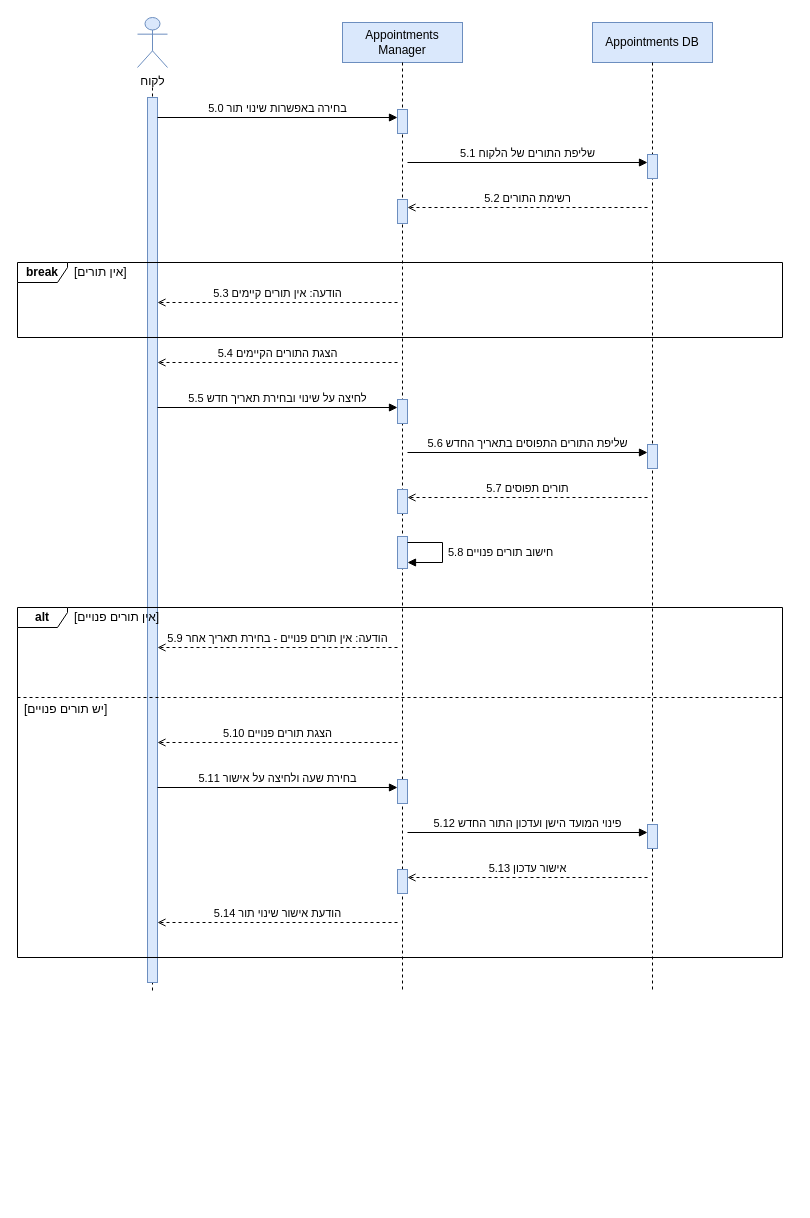
Before: diagrams/SEQ-SUC-5.drawio in arielkaplan20/project_Golden_Hair_Salon, a draw.io diagram. Source tidied: cells renumbered, new cells numbered last; positions are measured from the earlier drawing's top-left corner, leaving out a move shared by most shapes. Both pictures are drawn from the tidied source at 100%, with x=0, y=0 at pixel (17, 17).
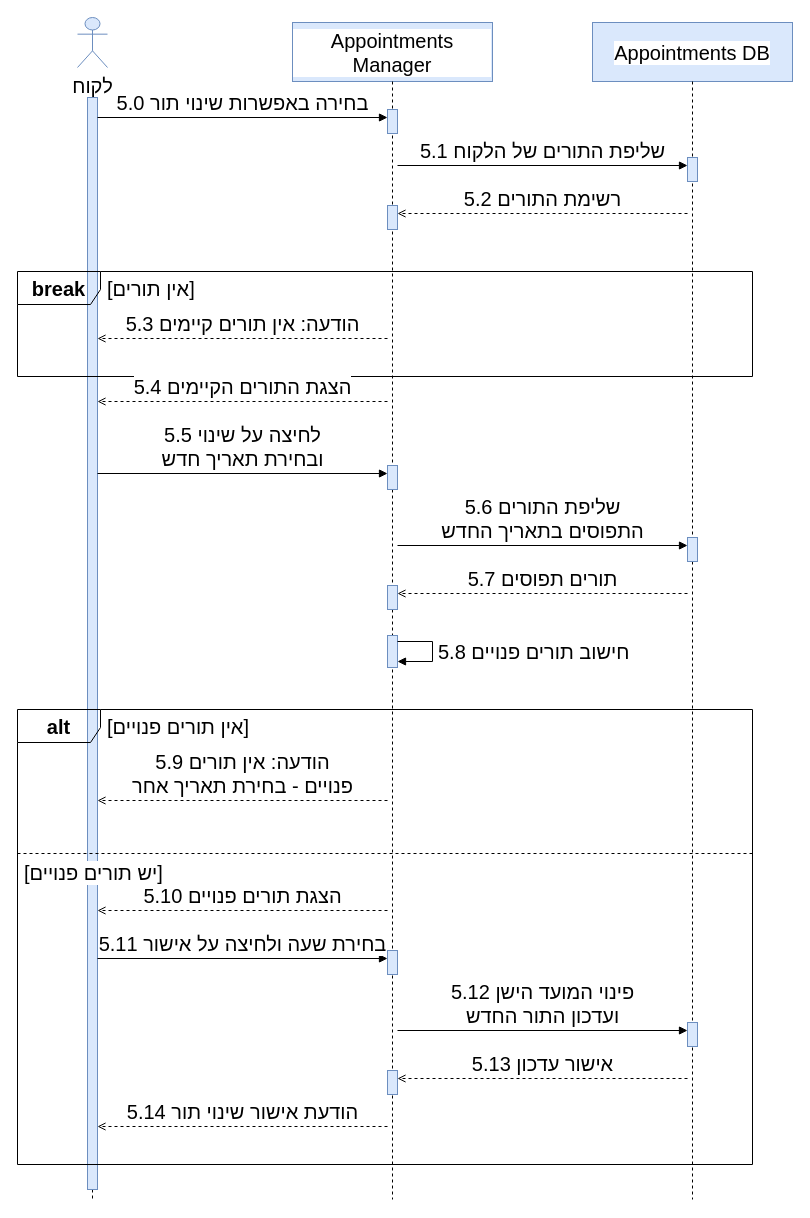
After the change.

What changed in the source:
```diff
@@
-    <mxCell id="2" value="לקוח" style="shape=umlActor;verticalLabelPosition=bottom;verticalAlign=top;html=1;fillColor=#dae8fc;strokeColor=#6c8ebf;" parent="1" vertex="1">
-      <mxGeometry x="120" width="30" height="50" as="geometry" />
+    <mxCell id="2" value="לקוח" style="shape=umlActor;verticalLabelPosition=bottom;verticalAlign=top;html=1;fillColor=#dae8fc;strokeColor=#6c8ebf;fontSize=20;labelBackgroundColor=#ffffff;" parent="1" vertex="1">
+      <mxGeometry x="60" width="30" height="50" as="geometry" />
     </mxCell>
-    <mxCell id="3" value="Appointments Manager" style="rounded=0;whiteSpace=wrap;html=1;fillColor=#dae8fc;strokeColor=#6c8ebf;" parent="1" vertex="1">
-      <mxGeometry x="325" y="5" width="120" height="40" as="geometry" />
+    <mxCell id="3" value="Appointments Manager" style="rounded=0;whiteSpace=wrap;html=1;fillColor=#dae8fc;strokeColor=#6c8ebf;fontSize=20;labelBackgroundColor=#ffffff;" parent="1" vertex="1">
+      <mxGeometry x="275" y="5" width="200" height="59" as="geometry" />
     </mxCell>
-    <mxCell id="4" value="Appointments DB" style="rounded=0;whiteSpace=wrap;html=1;fillColor=#dae8fc;strokeColor=#6c8ebf;" parent="1" vertex="1">
-      <mxGeometry x="575" y="5" width="120" height="40" as="geometry" />
+    <mxCell id="4" value="Appointments DB" style="rounded=0;whiteSpace=wrap;html=1;fillColor=#dae8fc;strokeColor=#6c8ebf;fontSize=20;labelBackgroundColor=#ffffff;" parent="1" vertex="1">
+      <mxGeometry x="575" y="5" width="200" height="59" as="geometry" />
     </mxCell>
     <mxCell id="5" style="endArrow=none;html=1;dashed=1;strokeColor=#000000;" parent="1" edge="1">
       <mxGeometry relative="1" as="geometry">
-        <mxPoint x="135" y="70" as="sourcePoint" />
-        <mxPoint x="135" y="975" as="targetPoint" />
+        <mxPoint x="75" y="80" as="sourcePoint" />
+        <mxPoint x="75" y="1182" as="targetPoint" />
       </mxGeometry>
     </mxCell>
     <mxCell id="6" style="rounded=0;html=1;fillColor=#dae8fc;strokeColor=#6c8ebf;" parent="1" vertex="1">
-      <mxGeometry x="130" y="80" width="10" height="885" as="geometry" />
+      <mxGeometry x="70" y="80" width="10" height="1092" as="geometry" />
     </mxCell>
     <mxCell id="7" style="endArrow=none;html=1;dashed=1;strokeColor=#000000;" parent="1" edge="1">
       <mxGeometry relative="1" as="geometry">
-        <mxPoint x="385" y="45" as="sourcePoint" />
-        <mxPoint x="385" y="975" as="targetPoint" />
+        <mxPoint x="375" y="64" as="sourcePoint" />
+        <mxPoint x="375" y="1182" as="targetPoint" />
       </mxGeometry>
     </mxCell>
     <mxCell id="8" style="endArrow=none;html=1;dashed=1;strokeColor=#000000;" parent="1" edge="1">
       <mxGeometry relative="1" as="geometry">
-        <mxPoint x="635" y="45" as="sourcePoint" />
-        <mxPoint x="635" y="975" as="targetPoint" />
+        <mxPoint x="675" y="64" as="sourcePoint" />
+        <mxPoint x="675" y="1182" as="targetPoint" />
       </mxGeometry>
     </mxCell>
     <mxCell id="9" style="rounded=0;html=1;fillColor=#dae8fc;strokeColor=#6c8ebf;" parent="1" vertex="1">
-      <mxGeometry x="380" y="92" width="10" height="24" as="geometry" />
+      <mxGeometry x="370" y="92" width="10" height="24" as="geometry" />
     </mxCell>
     <mxCell id="10" style="rounded=0;html=1;fillColor=#dae8fc;strokeColor=#6c8ebf;" parent="1" vertex="1">
-      <mxGeometry x="630" y="137" width="10" height="24" as="geometry" />
+      <mxGeometry x="670" y="140" width="10" height="24" as="geometry" />
     </mxCell>
     <mxCell id="11" style="rounded=0;html=1;fillColor=#dae8fc;strokeColor=#6c8ebf;" parent="1" vertex="1">
-      <mxGeometry x="380" y="182" width="10" height="24" as="geometry" />
+      <mxGeometry x="370" y="188" width="10" height="24" as="geometry" />
     </mxCell>
     <mxCell id="12" style="rounded=0;html=1;fillColor=#dae8fc;strokeColor=#6c8ebf;" parent="1" vertex="1">
-      <mxGeometry x="380" y="382" width="10" height="24" as="geometry" />
+      <mxGeometry x="370" y="448" width="10" height="24" as="geometry" />
     </mxCell>
     <mxCell id="13" style="rounded=0;html=1;fillColor=#dae8fc;strokeColor=#6c8ebf;" parent="1" vertex="1">
-      <mxGeometry x="630" y="427" width="10" height="24" as="geometry" />
+      <mxGeometry x="670" y="520" width="10" height="24" as="geometry" />
     </mxCell>
     <mxCell id="14" style="rounded=0;html=1;fillColor=#dae8fc;strokeColor=#6c8ebf;" parent="1" vertex="1">
-      <mxGeometry x="380" y="472" width="10" height="24" as="geometry" />
+      <mxGeometry x="370" y="568" width="10" height="24" as="geometry" />
     </mxCell>
     <mxCell id="15" style="rounded=0;html=1;fillColor=#dae8fc;strokeColor=#6c8ebf;" parent="1" vertex="1">
-      <mxGeometry x="380" y="519" width="10" height="32" as="geometry" />
+      <mxGeometry x="370" y="618" width="10" height="32" as="geometry" />
     </mxCell>
     <mxCell id="16" style="rounded=0;html=1;fillColor=#dae8fc;strokeColor=#6c8ebf;" parent="1" vertex="1">
-      <mxGeometry x="380" y="762" width="10" height="24" as="geometry" />
+      <mxGeometry x="370" y="933" width="10" height="24" as="geometry" />
     </mxCell>
     <mxCell id="17" style="rounded=0;html=1;fillColor=#dae8fc;strokeColor=#6c8ebf;" parent="1" vertex="1">
-      <mxGeometry x="630" y="807" width="10" height="24" as="geometry" />
+      <mxGeometry x="670" y="1005" width="10" height="24" as="geometry" />
     </mxCell>
     <mxCell id="18" style="rounded=0;html=1;fillColor=#dae8fc;strokeColor=#6c8ebf;" parent="1" vertex="1">
-      <mxGeometry x="380" y="852" width="10" height="24" as="geometry" />
+      <mxGeometry x="370" y="1053" width="10" height="24" as="geometry" />
     </mxCell>
-    <mxCell id="19" value="&lt;b&gt;break&lt;/b&gt;" style="shape=umlFrame;whiteSpace=wrap;html=1;width=50;height=20;fillColor=none;" parent="1" vertex="1">
-      <mxGeometry y="245" width="765" height="75" as="geometry" />
+    <mxCell id="19" value="&lt;b&gt;break&lt;/b&gt;" style="shape=umlFrame;whiteSpace=wrap;html=1;width=83;height=33;fillColor=none;fontSize=20;labelBackgroundColor=#ffffff;" parent="1" vertex="1">
+      <mxGeometry y="254" width="735" height="105" as="geometry" />
     </mxCell>
-    <mxCell id="20" value="[אין תורים]" style="text;html=1;align=left;verticalAlign=middle;whiteSpace=nowrap;fillColor=none;strokeColor=none;" parent="1" vertex="1">
-      <mxGeometry x="55" y="245" width="300" height="20" as="geometry" />
+    <mxCell id="20" value="&lt;span style='background:#ffffff'&gt;[אין תורים]&lt;/span&gt;" style="text;html=1;align=left;verticalAlign=middle;whiteSpace=nowrap;fillColor=none;strokeColor=none;fontSize=20;labelBackgroundColor=#ffffff;" parent="1" vertex="1">
+      <mxGeometry x="88" y="254" width="400" height="33" as="geometry" />
     </mxCell>
-    <mxCell id="21" value="&lt;b&gt;alt&lt;/b&gt;" style="shape=umlFrame;whiteSpace=wrap;html=1;width=50;height=20;fillColor=none;" parent="1" vertex="1">
-      <mxGeometry y="590" width="765" height="350" as="geometry" />
+    <mxCell id="21" value="&lt;b&gt;alt&lt;/b&gt;" style="shape=umlFrame;whiteSpace=wrap;html=1;width=83;height=33;fillColor=none;fontSize=20;labelBackgroundColor=#ffffff;" parent="1" vertex="1">
+      <mxGeometry y="692" width="735" height="455" as="geometry" />
     </mxCell>
-    <mxCell id="22" value="[אין תורים פנויים]" style="text;html=1;align=left;verticalAlign=middle;whiteSpace=nowrap;fillColor=none;strokeColor=none;" parent="1" vertex="1">
-      <mxGeometry x="55" y="590" width="300" height="20" as="geometry" />
+    <mxCell id="22" value="&lt;span style='background:#ffffff'&gt;[אין תורים פנויים]&lt;/span&gt;" style="text;html=1;align=left;verticalAlign=middle;whiteSpace=nowrap;fillColor=none;strokeColor=none;fontSize=20;labelBackgroundColor=#ffffff;" parent="1" vertex="1">
+      <mxGeometry x="88" y="692" width="400" height="33" as="geometry" />
     </mxCell>
     <mxCell id="23" style="endArrow=none;html=1;dashed=1;" parent="1" edge="1">
       <mxGeometry relative="1" as="geometry">
-        <mxPoint y="680" as="sourcePoint" />
-        <mxPoint x="765" y="680" as="targetPoint" />
+        <mxPoint y="836" as="sourcePoint" />
+        <mxPoint x="735" y="836" as="targetPoint" />
       </mxGeometry>
     </mxCell>
-    <mxCell id="24" value="[יש תורים פנויים]" style="text;html=1;align=left;verticalAlign=middle;whiteSpace=nowrap;fillColor=none;strokeColor=none;" parent="1" vertex="1">
-      <mxGeometry x="5" y="682" width="300" height="20" as="geometry" />
+    <mxCell id="24" value="&lt;span style='background:#ffffff'&gt;[יש תורים פנויים]&lt;/span&gt;" style="text;html=1;align=left;verticalAlign=middle;whiteSpace=nowrap;fillColor=none;strokeColor=none;fontSize=20;labelBackgroundColor=#ffffff;" parent="1" vertex="1">
+      <mxGeometry x="5" y="838" width="400" height="33" as="geometry" />
     </mxCell>
-    <mxCell id="25" value="5.0 בחירה באפשרות שינוי תור" style="endArrow=block;endFill=1;html=1;rounded=0;verticalAlign=bottom;labelBackgroundColor=none;" parent="1" edge="1">
+    <mxCell id="25" value="5.0 בחירה באפשרות שינוי תור" style="endArrow=block;endFill=1;html=1;rounded=0;verticalAlign=bottom;labelBackgroundColor=none;fontSize=20;labelBackgroundColor=#ffffff;" parent="1" edge="1">
       <mxGeometry relative="1" as="geometry">
-        <mxPoint x="140" y="100" as="sourcePoint" />
-        <mxPoint x="380" y="100" as="targetPoint" />
+        <mxPoint x="80" y="100" as="sourcePoint" />
+        <mxPoint x="370" y="100" as="targetPoint" />
       </mxGeometry>
     </mxCell>
-    <mxCell id="26" value="5.1 שליפת התורים של הלקוח" style="endArrow=block;endFill=1;html=1;rounded=0;verticalAlign=bottom;labelBackgroundColor=none;" parent="1" edge="1">
+    <mxCell id="26" value="5.1 שליפת התורים של הלקוח" style="endArrow=block;endFill=1;html=1;rounded=0;verticalAlign=bottom;labelBackgroundColor=none;fontSize=20;labelBackgroundColor=#ffffff;" parent="1" edge="1">
       <mxGeometry relative="1" as="geometry">
-        <mxPoint x="390" y="145" as="sourcePoint" />
-        <mxPoint x="630" y="145" as="targetPoint" />
+        <mxPoint x="380" y="148" as="sourcePoint" />
+        <mxPoint x="670" y="148" as="targetPoint" />
       </mxGeometry>
     </mxCell>
-    <mxCell id="27" value="5.2 רשימת התורים" style="endArrow=open;endFill=0;html=1;rounded=0;dashed=1;verticalAlign=bottom;labelBackgroundColor=none;" parent="1" edge="1">
+    <mxCell id="27" value="5.2 רשימת התורים" style="endArrow=open;endFill=0;html=1;rounded=0;dashed=1;verticalAlign=bottom;labelBackgroundColor=none;fontSize=20;labelBackgroundColor=#ffffff;" parent="1" edge="1">
       <mxGeometry relative="1" as="geometry">
-        <mxPoint x="630" y="190" as="sourcePoint" />
-        <mxPoint x="390" y="190" as="targetPoint" />
+        <mxPoint x="670" y="196" as="sourcePoint" />
+        <mxPoint x="380" y="196" as="targetPoint" />
       </mxGeometry>
     </mxCell>
-    <mxCell id="28" value="5.3 הודעה: אין תורים קיימים" style="endArrow=open;endFill=0;html=1;rounded=0;dashed=1;verticalAlign=bottom;labelBackgroundColor=none;" parent="1" edge="1">
+    <mxCell id="28" value="5.3 הודעה: אין תורים קיימים" style="endArrow=open;endFill=0;html=1;rounded=0;dashed=1;verticalAlign=bottom;labelBackgroundColor=none;fontSize=20;labelBackgroundColor=#ffffff;" parent="1" edge="1">
       <mxGeometry relative="1" as="geometry">
-        <mxPoint x="380" y="285" as="sourcePoint" />
-        <mxPoint x="140" y="285" as="targetPoint" />
+        <mxPoint x="370" y="321" as="sourcePoint" />
+        <mxPoint x="80" y="321" as="targetPoint" />
       </mxGeometry>
     </mxCell>
-    <mxCell id="29" value="5.4 הצגת התורים הקיימים" style="endArrow=open;endFill=0;html=1;rounded=0;dashed=1;verticalAlign=bottom;labelBackgroundColor=none;" parent="1" edge="1">
+    <mxCell id="29" value="5.4 הצגת התורים הקיימים" style="endArrow=open;endFill=0;html=1;rounded=0;dashed=1;verticalAlign=bottom;labelBackgroundColor=none;fontSize=20;labelBackgroundColor=#ffffff;" parent="1" edge="1">
       <mxGeometry relative="1" as="geometry">
-        <mxPoint x="380" y="345" as="sourcePoint" />
-        <mxPoint x="140" y="345" as="targetPoint" />
+        <mxPoint x="370" y="384" as="sourcePoint" />
+        <mxPoint x="80" y="384" as="targetPoint" />
       </mxGeometry>
     </mxCell>
-    <mxCell id="30" value="5.5 לחיצה על שינוי ובחירת תאריך חדש" style="endArrow=block;endFill=1;html=1;rounded=0;verticalAlign=bottom;labelBackgroundColor=none;" parent="1" edge="1">
+    <mxCell id="30" value="5.5 לחיצה על שינוי&lt;br&gt;ובחירת תאריך חדש" style="endArrow=block;endFill=1;html=1;rounded=0;verticalAlign=bottom;labelBackgroundColor=none;fontSize=20;labelBackgroundColor=#ffffff;" parent="1" edge="1">
       <mxGeometry relative="1" as="geometry">
-        <mxPoint x="140" y="390" as="sourcePoint" />
-        <mxPoint x="380" y="390" as="targetPoint" />
+        <mxPoint x="80" y="456" as="sourcePoint" />
+        <mxPoint x="370" y="456" as="targetPoint" />
       </mxGeometry>
     </mxCell>
-    <mxCell id="31" value="5.6 שליפת התורים התפוסים בתאריך החדש" style="endArrow=block;endFill=1;html=1;rounded=0;verticalAlign=bottom;labelBackgroundColor=none;" parent="1" edge="1">
+    <mxCell id="31" value="5.6 שליפת התורים&lt;br&gt;התפוסים בתאריך החדש" style="endArrow=block;endFill=1;html=1;rounded=0;verticalAlign=bottom;labelBackgroundColor=none;fontSize=20;labelBackgroundColor=#ffffff;" parent="1" edge="1">
       <mxGeometry relative="1" as="geometry">
-        <mxPoint x="390" y="435" as="sourcePoint" />
-        <mxPoint x="630" y="435" as="targetPoint" />
+        <mxPoint x="380" y="528" as="sourcePoint" />
+        <mxPoint x="670" y="528" as="targetPoint" />
       </mxGeometry>
     </mxCell>
-    <mxCell id="32" value="5.7 תורים תפוסים" style="endArrow=open;endFill=0;html=1;rounded=0;dashed=1;verticalAlign=bottom;labelBackgroundColor=none;" parent="1" edge="1">
+    <mxCell id="32" value="5.7 תורים תפוסים" style="endArrow=open;endFill=0;html=1;rounded=0;dashed=1;verticalAlign=bottom;labelBackgroundColor=none;fontSize=20;labelBackgroundColor=#ffffff;" parent="1" edge="1">
       <mxGeometry relative="1" as="geometry">
-        <mxPoint x="630" y="480" as="sourcePoint" />
-        <mxPoint x="390" y="480" as="targetPoint" />
+        <mxPoint x="670" y="576" as="sourcePoint" />
+        <mxPoint x="380" y="576" as="targetPoint" />
       </mxGeometry>
     </mxCell>
-    <mxCell id="33" value="5.8 חישוב תורים פנויים" style="endArrow=block;endFill=1;html=1;rounded=0;align=left;spacingLeft=4;labelBackgroundColor=none;" parent="1" edge="1">
+    <mxCell id="33" value="5.8 חישוב תורים פנויים" style="endArrow=block;endFill=1;html=1;rounded=0;align=left;spacingLeft=4;labelBackgroundColor=none;fontSize=20;labelBackgroundColor=#ffffff;" parent="1" edge="1">
       <mxGeometry relative="1" as="geometry">
-        <mxPoint x="390" y="525" as="sourcePoint" />
-        <mxPoint x="390" y="545" as="targetPoint" />
+        <mxPoint x="380" y="624" as="sourcePoint" />
+        <mxPoint x="380" y="644" as="targetPoint" />
         <Array as="points">
-          <mxPoint x="425" y="525" />
-          <mxPoint x="425" y="545" />
+          <mxPoint x="415" y="624" />
+          <mxPoint x="415" y="644" />
         </Array>
       </mxGeometry>
     </mxCell>
-    <mxCell id="34" value="5.9 הודעה: אין תורים פנויים - בחירת תאריך אחר" style="endArrow=open;endFill=0;html=1;rounded=0;dashed=1;verticalAlign=bottom;labelBackgroundColor=none;" parent="1" edge="1">
+    <mxCell id="34" value="5.9 הודעה: אין תורים&lt;br&gt;פנויים - בחירת תאריך אחר" style="endArrow=open;endFill=0;html=1;rounded=0;dashed=1;verticalAlign=bottom;labelBackgroundColor=none;fontSize=20;labelBackgroundColor=#ffffff;" parent="1" edge="1">
       <mxGeometry relative="1" as="geometry">
-        <mxPoint x="380" y="630" as="sourcePoint" />
-        <mxPoint x="140" y="630" as="targetPoint" />
+        <mxPoint x="370" y="783" as="sourcePoint" />
+        <mxPoint x="80" y="783" as="targetPoint" />
       </mxGeometry>
     </mxCell>
-    <mxCell id="35" value="5.10 הצגת תורים פנויים" style="endArrow=open;endFill=0;html=1;rounded=0;dashed=1;verticalAlign=bottom;labelBackgroundColor=none;" parent="1" edge="1">
+    <mxCell id="35" value="5.10 הצגת תורים פנויים" style="endArrow=open;endFill=0;html=1;rounded=0;dashed=1;verticalAlign=bottom;labelBackgroundColor=none;fontSize=20;labelBackgroundColor=#ffffff;" parent="1" edge="1">
       <mxGeometry relative="1" as="geometry">
-        <mxPoint x="380" y="725" as="sourcePoint" />
-        <mxPoint x="140" y="725" as="targetPoint" />
+        <mxPoint x="370" y="893" as="sourcePoint" />
+        <mxPoint x="80" y="893" as="targetPoint" />
       </mxGeometry>
     </mxCell>
-    <mxCell id="36" value="5.11 בחירת שעה ולחיצה על אישור" style="endArrow=block;endFill=1;html=1;rounded=0;verticalAlign=bottom;labelBackgroundColor=none;" parent="1" edge="1">
+    <mxCell id="36" value="5.11 בחירת שעה ולחיצה על אישור" style="endArrow=block;endFill=1;html=1;rounded=0;verticalAlign=bottom;labelBackgroundColor=none;fontSize=20;labelBackgroundColor=#ffffff;" parent="1" edge="1">
       <mxGeometry relative="1" as="geometry">
-        <mxPoint x="140" y="770" as="sourcePoint" />
-        <mxPoint x="380" y="770" as="targetPoint" />
+        <mxPoint x="80" y="941" as="sourcePoint" />
+        <mxPoint x="370" y="941" as="targetPoint" />
       </mxGeometry>
     </mxCell>
-    <mxCell id="37" value="5.12 פינוי המועד הישן ועדכון התור החדש" style="endArrow=block;endFill=1;html=1;rounded=0;verticalAlign=bottom;labelBackgroundColor=none;" parent="1" edge="1">
+    <mxCell id="37" value="5.12 פינוי המועד הישן&lt;br&gt;ועדכון התור החדש" style="endArrow=block;endFill=1;html=1;rounded=0;verticalAlign=bottom;labelBackgroundColor=none;fontSize=20;labelBackgroundColor=#ffffff;" parent="1" edge="1">
       <mxGeometry relative="1" as="geometry">
-        <mxPoint x="390" y="815" as="sourcePoint" />
-        <mxPoint x="630" y="815" as="targetPoint" />
+        <mxPoint x="380" y="1013" as="sourcePoint" />
+        <mxPoint x="670" y="1013" as="targetPoint" />
       </mxGeometry>
     </mxCell>
-    <mxCell id="38" value="5.13 אישור עדכון" style="endArrow=open;endFill=0;html=1;rounded=0;dashed=1;verticalAlign=bottom;labelBackgroundColor=none;" parent="1" edge="1">
+    <mxCell id="38" value="5.13 אישור עדכון" style="endArrow=open;endFill=0;html=1;rounded=0;dashed=1;verticalAlign=bottom;labelBackgroundColor=none;fontSize=20;labelBackgroundColor=#ffffff;" parent="1" edge="1">
       <mxGeometry relative="1" as="geometry">
-        <mxPoint x="630" y="860" as="sourcePoint" />
-        <mxPoint x="390" y="860" as="targetPoint" />
+        <mxPoint x="670" y="1061" as="sourcePoint" />
+        <mxPoint x="380" y="1061" as="targetPoint" />
       </mxGeometry>
     </mxCell>
-    <mxCell id="39" value="5.14 הודעת אישור שינוי תור" style="endArrow=open;endFill=0;html=1;rounded=0;dashed=1;verticalAlign=bottom;labelBackgroundColor=none;" parent="1" edge="1">
+    <mxCell id="39" value="5.14 הודעת אישור שינוי תור" style="endArrow=open;endFill=0;html=1;rounded=0;dashed=1;verticalAlign=bottom;labelBackgroundColor=none;fontSize=20;labelBackgroundColor=#ffffff;" parent="1" edge="1">
       <mxGeometry relative="1" as="geometry">
-        <mxPoint x="380" y="905" as="sourcePoint" />
-        <mxPoint x="140" y="905" as="targetPoint" />
+        <mxPoint x="370" y="1109" as="sourcePoint" />
+        <mxPoint x="80" y="1109" as="targetPoint" />
       </mxGeometry>
     </mxCell>
```
